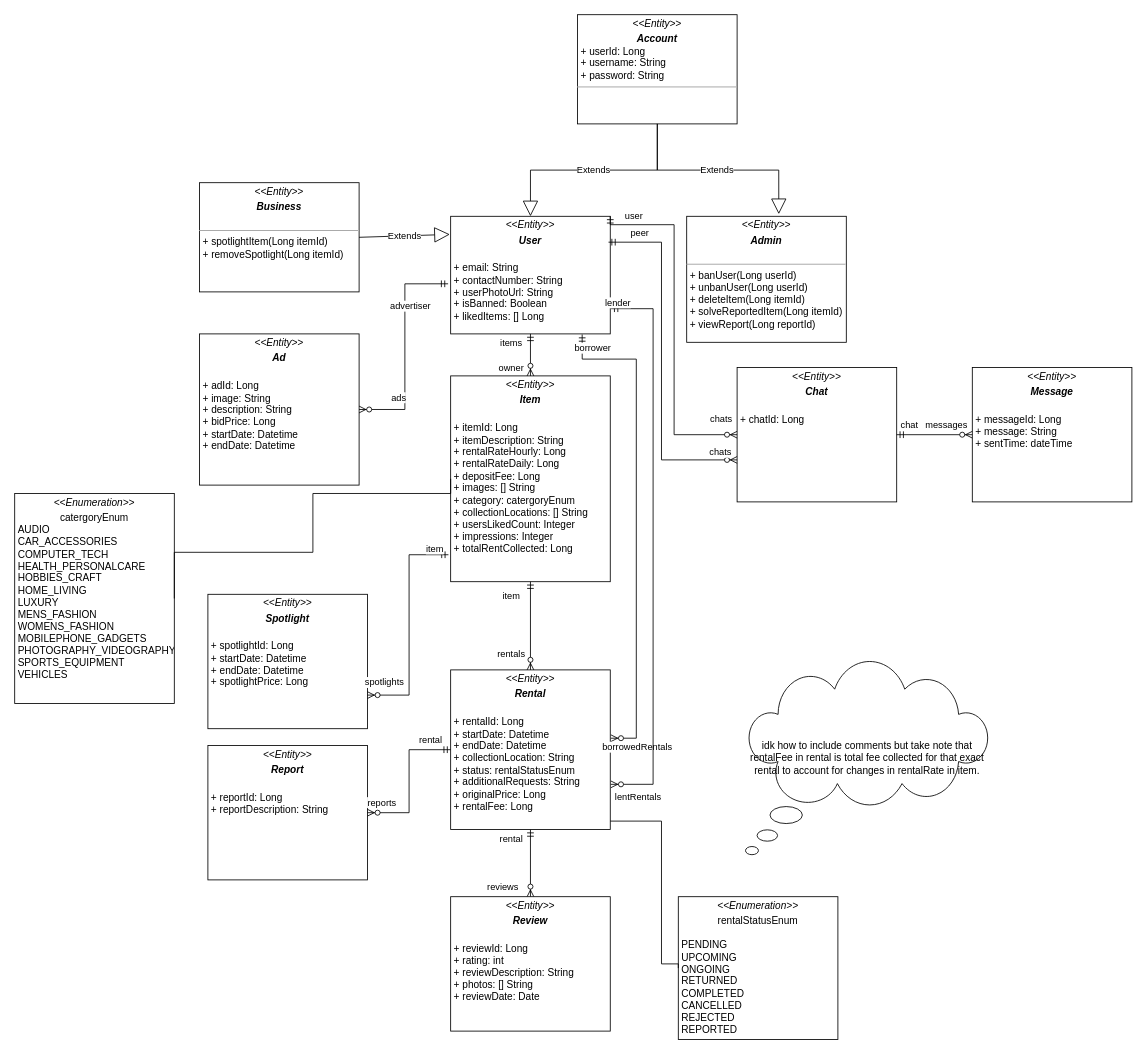
Before: Class Diagram.drawio in TohDeKai/SharEco, a draw.io diagram. Source tidied: cells renumbered, new cells numbered last; positions are measured from the earlier drawing's top-left corner, leaving out a move shared by most shapes. Both pictures are drawn from the tidied source at 84%, with x=0, y=0 at pixel (14, 14).
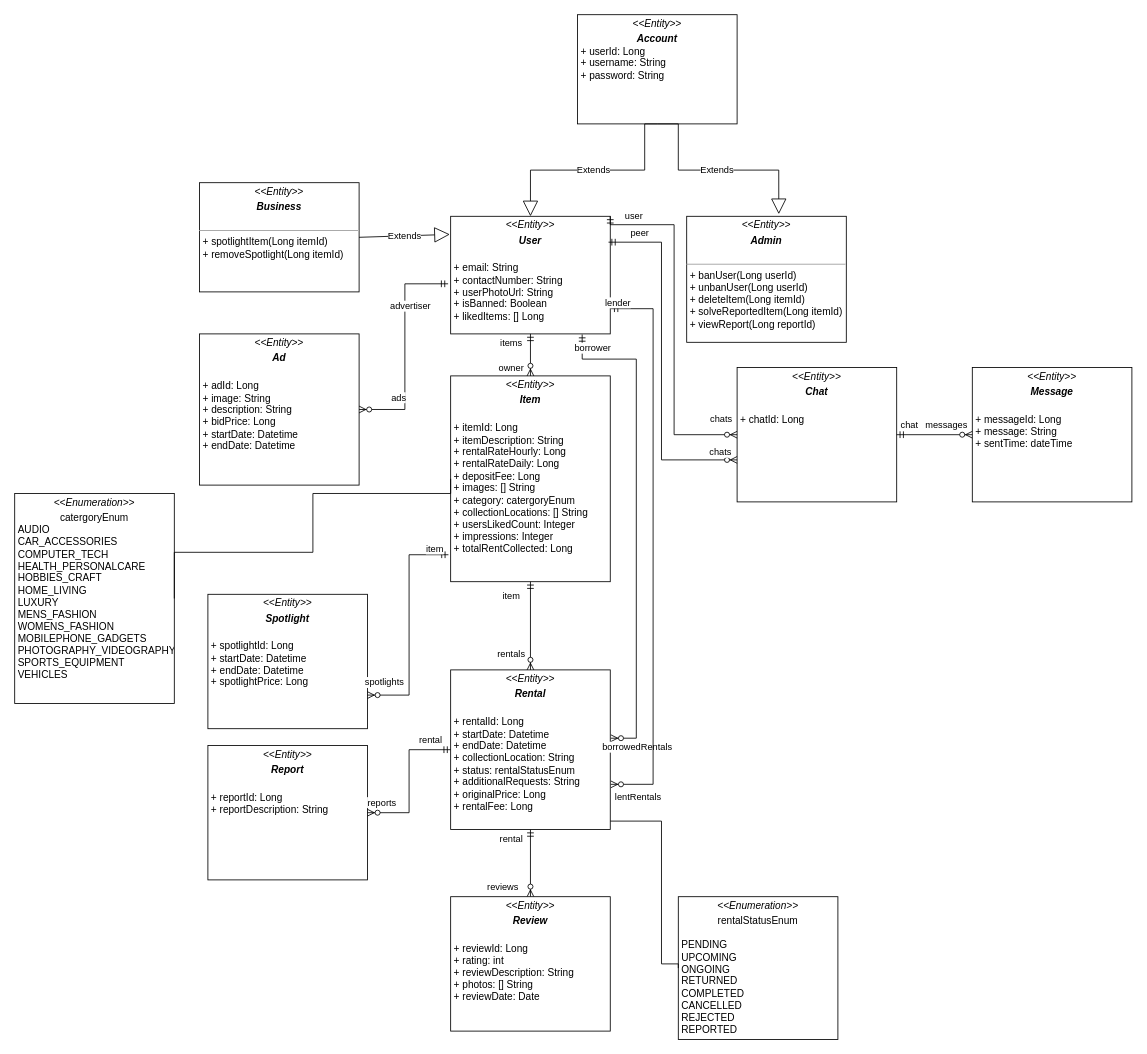
The same diagram, later.

The change refers to these unchanged cells:
```xml
<mxCell id="2" value="&lt;p style=&quot;margin:0px;margin-top:4px;text-align:center;&quot;&gt;&lt;i&gt;&amp;lt;&amp;lt;Entity&amp;gt;&amp;gt;&lt;/i&gt;&lt;/p&gt;&lt;p style=&quot;margin:0px;margin-top:4px;text-align:center;&quot;&gt;&lt;i&gt;&lt;b&gt;User&lt;/b&gt;&lt;/i&gt;&lt;br&gt;&lt;/p&gt;&lt;p style=&quot;margin:0px;margin-top:4px;text-align:center;&quot;&gt;&lt;br&gt;&lt;/p&gt;&lt;p style=&quot;margin:0px;margin-left:4px;&quot;&gt;+ email: String&lt;/p&gt;&lt;p style=&quot;margin:0px;margin-left:4px;&quot;&gt;+ contactNumber: String&lt;/p&gt;&lt;p style=&quot;margin:0px;margin-left:4px;&quot;&gt;+ userPhotoUrl: String&lt;/p&gt;&lt;p style=&quot;margin:0px;margin-left:4px;&quot;&gt;+ isBanned: Boolean&lt;/p&gt;&lt;p style=&quot;margin:0px;margin-left:4px;&quot;&gt;+ likedItems: [] Long&lt;/p&gt;&lt;p style=&quot;margin:0px;margin-left:4px;&quot;&gt;&lt;br&gt;&lt;/p&gt;&lt;p style=&quot;margin:0px;margin-left:4px;&quot;&gt;&lt;br&gt;&lt;/p&gt;" style="verticalAlign=top;align=left;overflow=fill;fontSize=12;fontFamily=Helvetica;html=1;whiteSpace=wrap;" parent="1" vertex="1">
  <mxGeometry x="519" y="240" width="190" height="140" as="geometry" />
</mxCell>
<mxCell id="7" value="&lt;p style=&quot;margin:0px;margin-top:4px;text-align:center;&quot;&gt;&lt;i&gt;&amp;lt;&amp;lt;Entity&amp;gt;&amp;gt;&lt;/i&gt;&lt;/p&gt;&lt;p style=&quot;margin:0px;margin-top:4px;text-align:center;&quot;&gt;&lt;i&gt;&lt;b&gt;Admin&lt;/b&gt;&lt;/i&gt;&lt;br&gt;&lt;/p&gt;&lt;p style=&quot;border-color: var(--border-color); margin: 0px 0px 0px 4px;&quot;&gt;&lt;br&gt;&lt;/p&gt;&lt;hr size=&quot;1&quot;&gt;&lt;p style=&quot;margin:0px;margin-left:4px;&quot;&gt;+ banUser(Long userId)&lt;/p&gt;&lt;p style=&quot;margin:0px;margin-left:4px;&quot;&gt;+ unbanUser(Long userId)&lt;/p&gt;&lt;p style=&quot;margin:0px;margin-left:4px;&quot;&gt;+ deleteItem(Long itemId)&lt;/p&gt;&lt;p style=&quot;margin:0px;margin-left:4px;&quot;&gt;+ solveReportedItem(Long itemId)&lt;/p&gt;&lt;p style=&quot;margin:0px;margin-left:4px;&quot;&gt;+ viewReport(Long reportId)&lt;/p&gt;" style="verticalAlign=top;align=left;overflow=fill;fontSize=12;fontFamily=Helvetica;html=1;whiteSpace=wrap;" parent="1" vertex="1">
  <mxGeometry x="800" y="240" width="190" height="150" as="geometry" />
</mxCell>
```

Change to the diagram source:
```diff
@@
-    <mxCell id="5" value="&lt;p style=&quot;margin:0px;margin-top:4px;text-align:center;&quot;&gt;&lt;i&gt;&amp;lt;&amp;lt;Entity&amp;gt;&amp;gt;&lt;/i&gt;&lt;/p&gt;&lt;p style=&quot;margin:0px;margin-top:4px;text-align:center;&quot;&gt;&lt;i&gt;&lt;b&gt;Account&lt;/b&gt;&lt;/i&gt;&lt;br&gt;&lt;/p&gt;&lt;p style=&quot;border-color: var(--border-color); margin: 0px 0px 0px 4px;&quot;&gt;+ userId: Long&lt;br style=&quot;border-color: var(--border-color);&quot;&gt;+ username: String&lt;/p&gt;&lt;p style=&quot;border-color: var(--border-color); margin: 0px 0px 0px 4px;&quot;&gt;+ password: String&lt;/p&gt;&lt;hr size=&quot;1&quot;&gt;&lt;p style=&quot;margin:0px;margin-left:4px;&quot;&gt;&lt;br&gt;&lt;/p&gt;" style="verticalAlign=top;align=left;overflow=fill;fontSize=12;fontFamily=Helvetica;html=1;whiteSpace=wrap;" parent="1" vertex="1">
+    <mxCell id="5" value="&lt;p style=&quot;margin:0px;margin-top:4px;text-align:center;&quot;&gt;&lt;i&gt;&amp;lt;&amp;lt;Entity&amp;gt;&amp;gt;&lt;/i&gt;&lt;/p&gt;&lt;p style=&quot;margin:0px;margin-top:4px;text-align:center;&quot;&gt;&lt;i&gt;&lt;b&gt;Account&lt;/b&gt;&lt;/i&gt;&lt;br&gt;&lt;/p&gt;&lt;p style=&quot;border-color: var(--border-color); margin: 0px 0px 0px 4px;&quot;&gt;+ userId: Long&lt;br style=&quot;border-color: var(--border-color);&quot;&gt;+ username: String&lt;/p&gt;&lt;p style=&quot;border-color: var(--border-color); margin: 0px 0px 0px 4px;&quot;&gt;+ password: String&lt;/p&gt;&lt;p style=&quot;margin:0px;margin-left:4px;&quot;&gt;&lt;br&gt;&lt;/p&gt;" style="verticalAlign=top;align=left;overflow=fill;fontSize=12;fontFamily=Helvetica;html=1;whiteSpace=wrap;" parent="1" vertex="1">
       <mxGeometry x="670" width="190" height="130" as="geometry" />
     </mxCell>
     <mxCell id="6" value="Extends" style="endArrow=block;endSize=16;endFill=0;html=1;rounded=0;exitX=0.5;exitY=1;exitDx=0;exitDy=0;entryX=0.5;entryY=0;entryDx=0;entryDy=0;edgeStyle=orthogonalEdgeStyle;" parent="1" edge="1" source="5" target="2">
       <mxGeometry relative="1" as="geometry">
         <Array as="points">
-          <mxPoint x="765" y="185" />
+          <mxPoint x="750" y="130" />
+          <mxPoint x="750" y="185" />
           <mxPoint x="614" y="185" />
         </Array>
       </mxGeometry>
     </mxCell>
@@
     <mxCell id="8" value="Extends" style="endArrow=block;endSize=16;endFill=0;html=1;rounded=0;exitX=0.5;exitY=1;exitDx=0;exitDy=0;edgeStyle=orthogonalEdgeStyle;entryX=0.577;entryY=-0.017;entryDx=0;entryDy=0;entryPerimeter=0;" parent="1" edge="1" source="5" target="7">
-      <mxGeometry relative="1" as="geometry" />
+      <mxGeometry relative="1" as="geometry">
+        <Array as="points">
+          <mxPoint x="790" y="130" />
+          <mxPoint x="790" y="185" />
+          <mxPoint x="910" y="185" />
+        </Array>
+      </mxGeometry>
     </mxCell>
@@
-    <mxCell id="45" value="idk how to include comments but take note that rentalFee in rental is total fee collected for that exact rental to account for changes in rentalRate in item." style="whiteSpace=wrap;html=1;shape=mxgraph.basic.cloud_callout;" parent="1" vertex="1">
-      <mxGeometry x="870" y="770" width="290" height="230" as="geometry" />
-    </mxCell>
```
